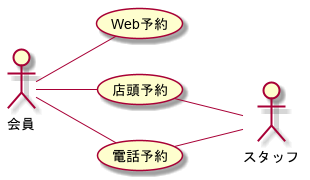
Before: modeling/04_BusinessUsecase_予約/BusinessUsecase.png, a diagram exported from PlantUML (TakashiOnawa/ddd-practice-studio-reservation). The source it was exported from:
```plantuml
@startuml BusinessUsecase

left to right direction

actor 会員
actor スタッフ

会員 -- (Web予約)
会員 -- (店頭予約)
(店頭予約) -- スタッフ
会員 -- (電話予約)
(電話予約) -- スタッフ

@enduml
```
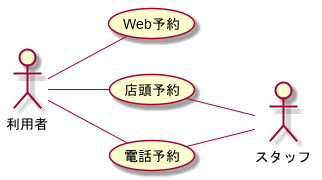
The same diagram one commit later.

The edit, as a diff of the source:
```diff
@@ -2,13 +2,13 @@
 
 left to right direction
 
-actor 会員
+actor 利用者
 actor スタッフ
 
-会員 -- (Web予約)
-会員 -- (店頭予約)
+利用者 -- (Web予約)
+利用者 -- (店頭予約)
 (店頭予約) -- スタッフ
-会員 -- (電話予約)
+利用者 -- (電話予約)
 (電話予約) -- スタッフ
 
 @enduml
```
